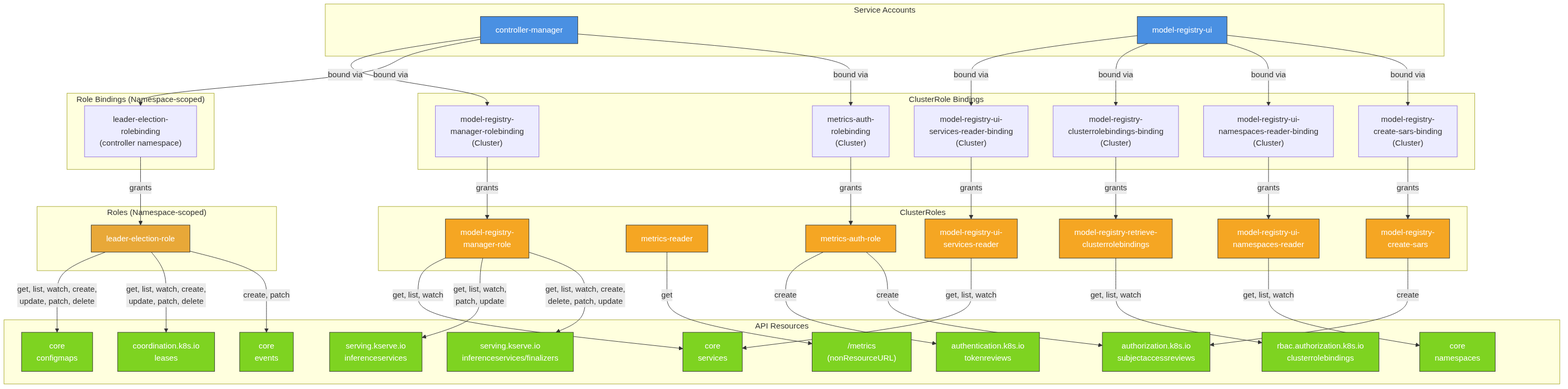
rhuss/architecture-context keeps this Mermaid diagram as architecture/rhoai.next/diagrams/model-registry-rbac.png. Above is the earlier version. Its source is kept beside it as architecture/rhoai.next/diagrams/model-registry-rbac.mmd.
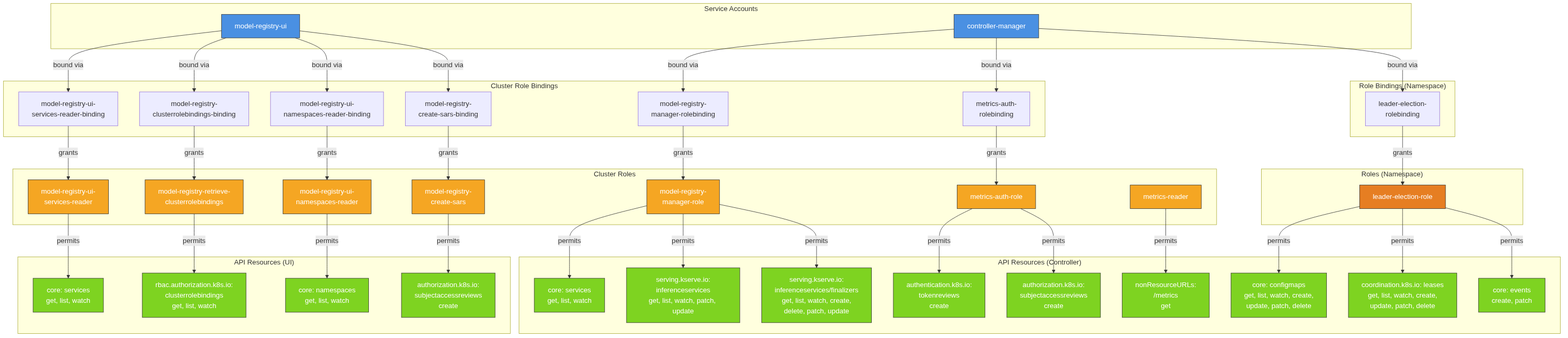
The same file after the commit.

The edit, as a diff of the source:
```diff
@@ -4,20 +4,20 @@
         SA_UI["model-registry-ui"]
     end
 
-    subgraph ClusterRoleBindings["ClusterRole Bindings"]
-        CRB_Manager["model-registry-<br/>manager-rolebinding<br/>(Cluster)"]
-        CRB_Metrics["metrics-auth-<br/>rolebinding<br/>(Cluster)"]
-        CRB_UIServices["model-registry-ui-<br/>services-reader-binding<br/>(Cluster)"]
-        CRB_UICR["model-registry-<br/>clusterrolebindings-binding<br/>(Cluster)"]
-        CRB_UINS["model-registry-ui-<br/>namespaces-reader-binding<br/>(Cluster)"]
-        CRB_UISAR["model-registry-<br/>create-sars-binding<br/>(Cluster)"]
+    subgraph ClusterRoleBindings["Cluster Role Bindings"]
+        CRB_Manager["model-registry-<br/>manager-rolebinding"]
+        CRB_Metrics["metrics-auth-<br/>rolebinding"]
+        CRB_UIServices["model-registry-ui-<br/>services-reader-binding"]
+        CRB_UICR["model-registry-<br/>clusterrolebindings-binding"]
+        CRB_UINS["model-registry-ui-<br/>namespaces-reader-binding"]
+        CRB_UISAR["model-registry-<br/>create-sars-binding"]
     end
 
-    subgraph RoleBindings["Role Bindings (Namespace-scoped)"]
-        RB_Leader["leader-election-<br/>rolebinding<br/>(controller namespace)"]
+    subgraph RoleBindings["Role Bindings (Namespace)"]
+        RB_Leader["leader-election-<br/>rolebinding"]
     end
 
-    subgraph ClusterRoles["ClusterRoles"]
+    subgraph ClusterRoles["Cluster Roles"]
         CR_Manager["model-registry-<br/>manager-role"]
         CR_MetricsReader["metrics-reader"]
         CR_MetricsAuth["metrics-auth-role"]
@@ -27,60 +27,64 @@
         CR_UISAR["model-registry-<br/>create-sars"]
     end
 
-    subgraph Roles["Roles (Namespace-scoped)"]
+    subgraph Roles["Roles (Namespace)"]
         R_Leader["leader-election-role"]
     end
 
-    subgraph APIResources["API Resources"]
-        Res_Services["core<br/>services"]
-        Res_ISVC["serving.kserve.io<br/>inferenceservices"]
-        Res_ISVCFin["serving.kserve.io<br/>inferenceservices/finalizers"]
-        Res_ConfigMaps["core<br/>configmaps"]
-        Res_Leases["coordination.k8s.io<br/>leases"]
-        Res_Events["core<br/>events"]
-        Res_Metrics["/metrics<br/>(nonResourceURL)"]
-        Res_TokenReview["authentication.k8s.io<br/>tokenreviews"]
-        Res_SAR["authorization.k8s.io<br/>subjectaccessreviews"]
-        Res_CRB["rbac.authorization.k8s.io<br/>clusterrolebindings"]
-        Res_Namespaces["core<br/>namespaces"]
+    subgraph APIResources_Controller["API Resources (Controller)"]
+        Res_Services["core: services<br/>get, list, watch"]
+        Res_ISVC["serving.kserve.io:<br/>inferenceservices<br/>get, list, watch, patch, update"]
+        Res_ISVCFin["serving.kserve.io:<br/>inferenceservices/finalizers<br/>get, list, watch, create,<br/>delete, patch, update"]
+        Res_TokenReview["authentication.k8s.io:<br/>tokenreviews<br/>create"]
+        Res_SAR["authorization.k8s.io:<br/>subjectaccessreviews<br/>create"]
+        Res_Metrics["nonResourceURLs:<br/>/metrics<br/>get"]
+        Res_ConfigMaps["core: configmaps<br/>get, list, watch, create,<br/>update, patch, delete"]
+        Res_Leases["coordination.k8s.io: leases<br/>get, list, watch, create,<br/>update, patch, delete"]
+        Res_Events["core: events<br/>create, patch"]
+    end
+
+    subgraph APIResources_UI["API Resources (UI)"]
+        Res_UIServices["core: services<br/>get, list, watch"]
+        Res_UICR["rbac.authorization.k8s.io:<br/>clusterrolebindings<br/>get, list, watch"]
+        Res_UINS["core: namespaces<br/>get, list, watch"]
+        Res_UISAR["authorization.k8s.io:<br/>subjectaccessreviews<br/>create"]
     end
 
     SA_Controller -->|bound via| CRB_Manager
+    SA_Controller -->|bound via| CRB_Metrics
     SA_Controller -->|bound via| RB_Leader
-    SA_Controller -->|bound via| CRB_Metrics
+
+    CRB_Manager -->|grants| CR_Manager
+    CRB_Metrics -->|grants| CR_MetricsAuth
+    RB_Leader -->|grants| R_Leader
+
+    CR_Manager -->|permits| Res_Services
+    CR_Manager -->|permits| Res_ISVC
+    CR_Manager -->|permits| Res_ISVCFin
+    CR_MetricsReader -->|permits| Res_Metrics
+    CR_MetricsAuth -->|permits| Res_TokenReview
+    CR_MetricsAuth -->|permits| Res_SAR
+    R_Leader -->|permits| Res_ConfigMaps
+    R_Leader -->|permits| Res_Leases
+    R_Leader -->|permits| Res_Events
 
     SA_UI -->|bound via| CRB_UIServices
     SA_UI -->|bound via| CRB_UICR
     SA_UI -->|bound via| CRB_UINS
     SA_UI -->|bound via| CRB_UISAR
 
-    CRB_Manager -->|grants| CR_Manager
-    CRB_Metrics -->|grants| CR_MetricsAuth
-    RB_Leader -->|grants| R_Leader
     CRB_UIServices -->|grants| CR_UIServices
     CRB_UICR -->|grants| CR_UICR
     CRB_UINS -->|grants| CR_UINS
     CRB_UISAR -->|grants| CR_UISAR
 
-    CR_Manager -->|"get, list, watch"| Res_Services
-    CR_Manager -->|"get, list, watch,<br/>patch, update"| Res_ISVC
-    CR_Manager -->|"get, list, watch, create,<br/>delete, patch, update"| Res_ISVCFin
-    CR_MetricsAuth -->|"create"| Res_TokenReview
-    CR_MetricsAuth -->|"create"| Res_SAR
-    CR_MetricsReader -->|"get"| Res_Metrics
-
-    R_Leader -->|"get, list, watch, create,<br/>update, patch, delete"| Res_ConfigMaps
-    R_Leader -->|"get, list, watch, create,<br/>update, patch, delete"| Res_Leases
-    R_Leader -->|"create, patch"| Res_Events
-
-    CR_UIServices -->|"get, list, watch"| Res_Services
-    CR_UICR -->|"get, list, watch"| Res_CRB
-    CR_UINS -->|"get, list, watch"| Res_Namespaces
-    CR_UISAR -->|"create"| Res_SAR
+    CR_UIServices -->|permits| Res_UIServices
+    CR_UICR -->|permits| Res_UICR
+    CR_UINS -->|permits| Res_UINS
+    CR_UISAR -->|permits| Res_UISAR
 
     style SA_Controller fill:#4a90e2,stroke:#333,color:#fff
     style SA_UI fill:#4a90e2,stroke:#333,color:#fff
-
     style CR_Manager fill:#f5a623,stroke:#333,color:#fff
     style CR_MetricsReader fill:#f5a623,stroke:#333,color:#fff
     style CR_MetricsAuth fill:#f5a623,stroke:#333,color:#fff
@@ -88,16 +92,17 @@
     style CR_UICR fill:#f5a623,stroke:#333,color:#fff
     style CR_UINS fill:#f5a623,stroke:#333,color:#fff
     style CR_UISAR fill:#f5a623,stroke:#333,color:#fff
-    style R_Leader fill:#e8a838,stroke:#333,color:#fff
-
-    style Res_Services fill:#7ed321,stroke:#333,color:#fff
+    style R_Leader fill:#e67e22,stroke:#333,color:#fff
     style Res_ISVC fill:#7ed321,stroke:#333,color:#fff
     style Res_ISVCFin fill:#7ed321,stroke:#333,color:#fff
+    style Res_Services fill:#7ed321,stroke:#333,color:#fff
+    style Res_TokenReview fill:#7ed321,stroke:#333,color:#fff
+    style Res_SAR fill:#7ed321,stroke:#333,color:#fff
+    style Res_Metrics fill:#7ed321,stroke:#333,color:#fff
     style Res_ConfigMaps fill:#7ed321,stroke:#333,color:#fff
     style Res_Leases fill:#7ed321,stroke:#333,color:#fff
     style Res_Events fill:#7ed321,stroke:#333,color:#fff
-    style Res_Metrics fill:#7ed321,stroke:#333,color:#fff
-    style Res_TokenReview fill:#7ed321,stroke:#333,color:#fff
-    style Res_SAR fill:#7ed321,stroke:#333,color:#fff
-    style Res_CRB fill:#7ed321,stroke:#333,color:#fff
-    style Res_Namespaces fill:#7ed321,stroke:#333,color:#fff
+    style Res_UIServices fill:#7ed321,stroke:#333,color:#fff
+    style Res_UICR fill:#7ed321,stroke:#333,color:#fff
+    style Res_UINS fill:#7ed321,stroke:#333,color:#fff
+    style Res_UISAR fill:#7ed321,stroke:#333,color:#fff
```
